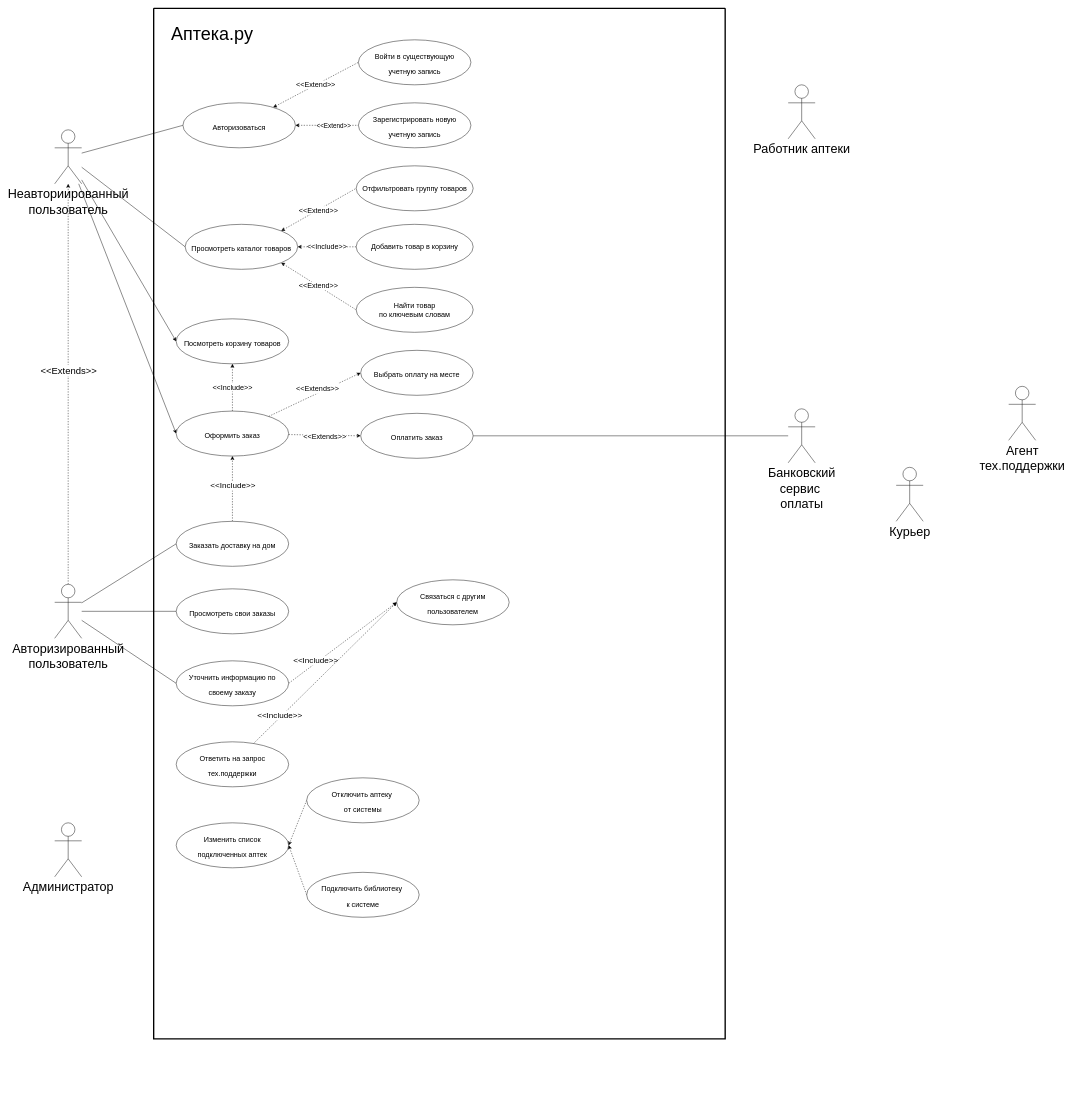
Before: documentation/1_aps.drawio in semwett0301/booking-java-back, a draw.io diagram. Source tidied: cells renumbered, new cells numbered last; positions are measured from the earlier drawing's top-left corner, leaving out a move shared by most shapes. Both pictures are drawn from the tidied source at 45%, with x=0, y=0 at pixel (54, 8).
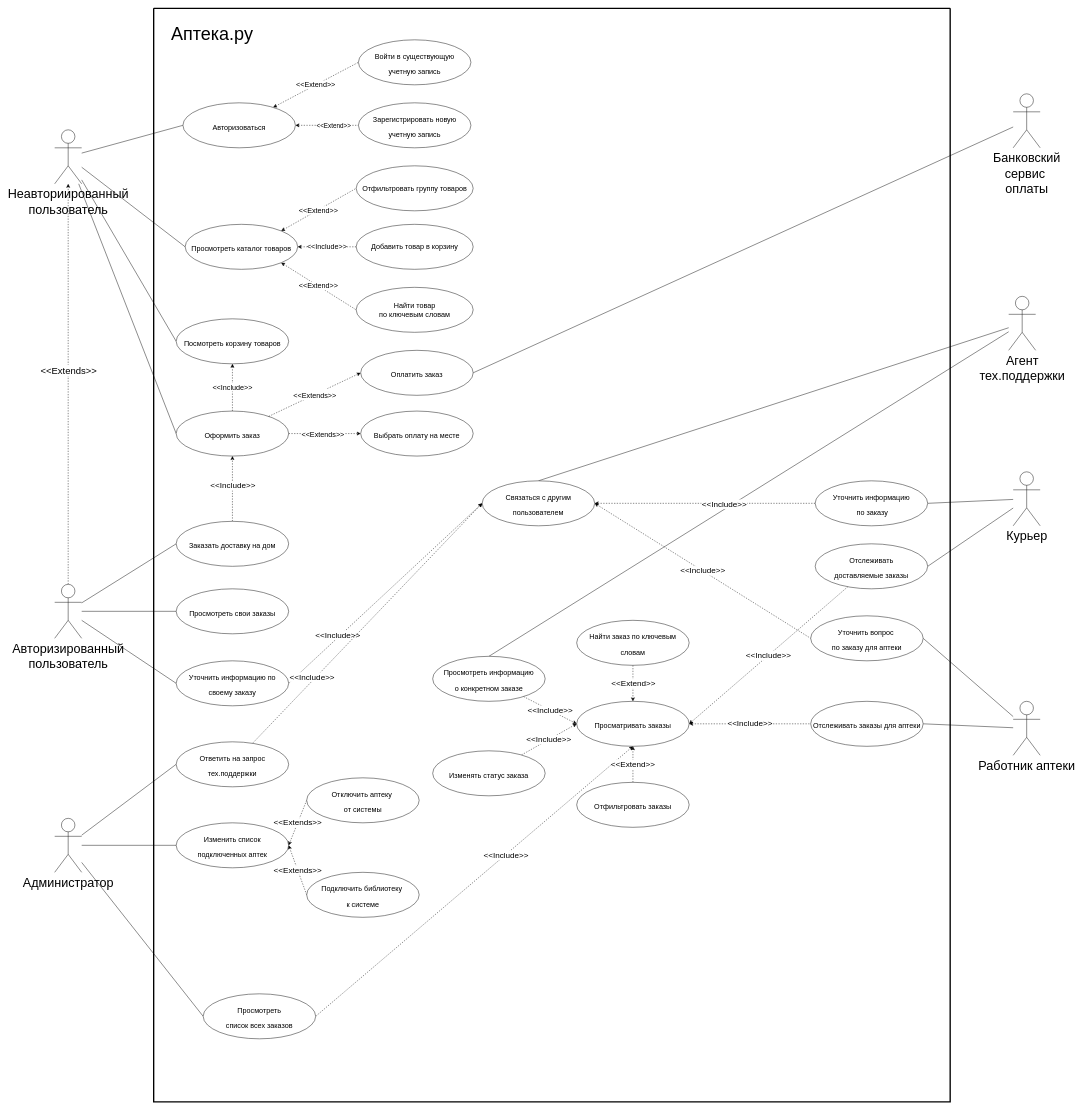
Above is the later version.

Unchanged cells that the change refers to:
```xml
<mxCell id="6" value="Неавториированный&lt;br&gt;пользователь" style="shape=umlActor;verticalLabelPosition=bottom;verticalAlign=top;html=1;outlineConnect=0;fontSize=28;" parent="1" vertex="1">
  <mxGeometry y="270" width="60" height="120" as="geometry" />
</mxCell>
<mxCell id="43" value="&lt;span style=&quot;font-size: 16px;&quot;&gt;Посмотреть корзину товаров&lt;/span&gt;" style="ellipse;whiteSpace=wrap;html=1;fontSize=28;" parent="33" vertex="1">
  <mxGeometry x="50" y="690" width="250" height="100" as="geometry" />
</mxCell>
<mxCell id="44" value="&lt;span style=&quot;font-size: 16px;&quot;&gt;Оформить заказ&lt;/span&gt;" style="ellipse;whiteSpace=wrap;html=1;fontSize=28;" parent="33" vertex="1">
  <mxGeometry x="50" y="895" width="250" height="100" as="geometry" />
</mxCell>
<mxCell id="51" value="&lt;span style=&quot;font-size: 16px;&quot;&gt;Ответить на запрос&lt;br&gt;тех.поддержки&lt;br&gt;&lt;/span&gt;" style="ellipse;whiteSpace=wrap;html=1;fontSize=28;" parent="33" vertex="1">
  <mxGeometry x="50" y="1630" width="250" height="100" as="geometry" />
</mxCell>
<mxCell id="52" value="&lt;span style=&quot;font-size: 16px;&quot;&gt;Изменить список&lt;br&gt;подключенных аптек&lt;br&gt;&lt;/span&gt;" style="ellipse;whiteSpace=wrap;html=1;fontSize=28;" parent="33" vertex="1">
  <mxGeometry x="50" y="1810" width="250" height="100" as="geometry" />
</mxCell>
<mxCell id="54" value="&lt;span style=&quot;font-size: 16px;&quot;&gt;Отключить аптеку&amp;nbsp;&lt;br&gt;от системы&lt;br&gt;&lt;/span&gt;" style="ellipse;whiteSpace=wrap;html=1;fontSize=28;" parent="33" vertex="1">
  <mxGeometry x="340" y="1710" width="250" height="100" as="geometry" />
</mxCell>
<mxCell id="56" value="&lt;span style=&quot;font-size: 16px;&quot;&gt;Подключить библиотеку&amp;nbsp;&lt;br&gt;к системе&lt;br&gt;&lt;/span&gt;" style="ellipse;whiteSpace=wrap;html=1;fontSize=28;" parent="33" vertex="1">
  <mxGeometry x="340" y="1920" width="250" height="100" as="geometry" />
</mxCell>
```

Diff of the diagram source:
```diff
@@
-    <mxCell id="3" style="edgeStyle=none;rounded=0;jettySize=auto;html=1;entryX=0;entryY=0.5;entryDx=0;entryDy=0;fontSize=16;startArrow=none;startFill=0;endArrow=classic;endFill=1;" parent="1" edge="1" source="6" target="44">
+    <mxCell id="3" style="edgeStyle=none;rounded=0;jettySize=auto;html=1;entryX=0;entryY=0.5;entryDx=0;entryDy=0;fontSize=16;startArrow=none;startFill=0;endArrow=none;endFill=0;" parent="1" edge="1" source="6" target="44">
       <mxGeometry relative="1" as="geometry" />
     </mxCell>
-    <mxCell id="4" style="edgeStyle=none;rounded=0;jettySize=auto;html=1;entryX=0;entryY=0.5;entryDx=0;entryDy=0;fontSize=16;startArrow=none;startFill=0;endArrow=classic;endFill=1;" parent="1" edge="1" source="6" target="43">
+    <mxCell id="4" style="edgeStyle=none;rounded=0;jettySize=auto;html=1;entryX=0;entryY=0.5;entryDx=0;entryDy=0;fontSize=16;startArrow=none;startFill=0;endArrow=none;endFill=0;" parent="1" edge="1" source="6" target="43">
       <mxGeometry relative="1" as="geometry" />
     </mxCell>
@@
+    <mxCell id="57" style="edgeStyle=none;rounded=0;jettySize=auto;html=1;entryX=0;entryY=0.5;entryDx=0;entryDy=0;fontSize=18;startArrow=none;startFill=0;endArrow=none;endFill=0;" parent="1" edge="1" source="13" target="51">
+      <mxGeometry relative="1" as="geometry" />
+    </mxCell>
+    <mxCell id="58" style="edgeStyle=none;rounded=0;jettySize=auto;html=1;entryX=0;entryY=0.5;entryDx=0;entryDy=0;fontSize=18;startArrow=none;startFill=0;endArrow=none;endFill=0;" parent="1" edge="1" source="13" target="52">
+      <mxGeometry relative="1" as="geometry" />
+    </mxCell>
+    <mxCell id="59" style="edgeStyle=none;rounded=0;jettySize=auto;html=1;entryX=0;entryY=0.5;entryDx=0;entryDy=0;fontSize=18;startArrow=none;startFill=0;endArrow=none;endFill=0;" parent="1" edge="1" source="13" target="69">
+      <mxGeometry relative="1" as="geometry" />
+    </mxCell>
     <mxCell id="13" value="Администратор" style="shape=umlActor;verticalLabelPosition=bottom;verticalAlign=top;html=1;outlineConnect=0;fontSize=28;" parent="1" vertex="1">
-      <mxGeometry y="1810" width="60" height="120" as="geometry" />
+      <mxGeometry y="1800" width="60" height="120" as="geometry" />
     </mxCell>
+    <mxCell id="60" style="edgeStyle=none;rounded=0;jettySize=auto;html=1;entryX=1;entryY=0.5;entryDx=0;entryDy=0;fontSize=18;startArrow=none;startFill=0;endArrow=none;endFill=0;" parent="1" edge="1" source="14" target="83">
+      <mxGeometry relative="1" as="geometry" />
+    </mxCell>
+    <mxCell id="61" style="edgeStyle=none;rounded=0;jettySize=auto;html=1;entryX=1;entryY=0.5;entryDx=0;entryDy=0;fontSize=18;startArrow=none;startFill=0;endArrow=none;endFill=0;" parent="1" edge="1" source="14" target="85">
+      <mxGeometry relative="1" as="geometry" />
+    </mxCell>
     <mxCell id="14" value="Курьер" style="shape=umlActor;verticalLabelPosition=bottom;verticalAlign=top;html=1;outlineConnect=0;fontSize=28;" parent="1" vertex="1">
-      <mxGeometry x="1870" y="1020" width="60" height="120" as="geometry" />
+      <mxGeometry x="2130" y="1030" width="60" height="120" as="geometry" />
     </mxCell>
+    <mxCell id="62" style="edgeStyle=none;rounded=0;jettySize=auto;html=1;entryX=0.5;entryY=0;entryDx=0;entryDy=0;fontSize=18;startArrow=none;startFill=0;endArrow=none;endFill=0;" parent="1" edge="1" source="15" target="87">
+      <mxGeometry relative="1" as="geometry" />
+    </mxCell>
+    <mxCell id="63" style="edgeStyle=none;rounded=0;jettySize=auto;html=1;entryX=0.5;entryY=0;entryDx=0;entryDy=0;fontSize=18;startArrow=none;startFill=0;endArrow=none;endFill=0;" parent="1" edge="1" source="15" target="36">
+      <mxGeometry relative="1" as="geometry" />
+    </mxCell>
     <mxCell id="15" value="Агент &lt;br&gt;тех.поддержки" style="shape=umlActor;verticalLabelPosition=bottom;verticalAlign=top;html=1;outlineConnect=0;fontSize=28;" parent="1" vertex="1">
-      <mxGeometry x="2120" y="840" width="60" height="120" as="geometry" />
+      <mxGeometry x="2120" y="640" width="60" height="120" as="geometry" />
     </mxCell>
+    <mxCell id="64" style="edgeStyle=none;rounded=0;jettySize=auto;html=1;entryX=1;entryY=0.5;entryDx=0;entryDy=0;fontSize=18;startArrow=none;startFill=0;endArrow=none;endFill=0;" parent="1" edge="1" source="16" target="70">
+      <mxGeometry relative="1" as="geometry" />
+    </mxCell>
+    <mxCell id="65" style="edgeStyle=none;rounded=0;jettySize=auto;html=1;entryX=1;entryY=0.5;entryDx=0;entryDy=0;fontSize=18;startArrow=none;startFill=0;endArrow=none;endFill=0;" parent="1" edge="1" source="16" target="80">
+      <mxGeometry relative="1" as="geometry" />
+    </mxCell>
     <mxCell id="16" value="Работник аптеки" style="shape=umlActor;verticalLabelPosition=bottom;verticalAlign=top;html=1;outlineConnect=0;fontSize=28;" parent="1" vertex="1">
-      <mxGeometry x="1630" y="170" width="60" height="120" as="geometry" />
+      <mxGeometry x="2130" y="1540" width="60" height="120" as="geometry" />
     </mxCell>
-    <mxCell id="17" style="edgeStyle=none;rounded=0;jettySize=auto;html=1;fontSize=16;startArrow=none;startFill=0;endArrow=none;endFill=0;" parent="1" edge="1" source="18" target="27">
+    <mxCell id="17" style="edgeStyle=none;rounded=0;jettySize=auto;html=1;fontSize=16;startArrow=none;startFill=0;endArrow=none;endFill=0;entryX=1;entryY=0.5;entryDx=0;entryDy=0;" parent="1" edge="1" source="18" target="27">
       <mxGeometry relative="1" as="geometry" />
     </mxCell>
-    <mxCell id="18" value="Банковский&lt;br&gt;сервис&amp;nbsp;&lt;br&gt;оплаты" style="shape=umlActor;verticalLabelPosition=bottom;verticalAlign=top;html=1;outlineConnect=0;fontSize=28;" parent="1" vertex="1">
-      <mxGeometry x="1630" y="890" width="60" height="120" as="geometry" />
-    </mxCell>
@@
-    <mxCell id="22" style="edgeStyle=none;rounded=0;jettySize=auto;html=1;entryX=0;entryY=0.5;entryDx=0;entryDy=0;dashed=1;fontSize=21;startArrow=none;startFill=0;endArrow=classic;endFill=1;" parent="1" edge="1" source="44" target="28">
-      <mxGeometry relative="1" as="geometry" />
-    </mxCell>
-    <mxCell id="23" value="&lt;font style=&quot;font-size: 16px;&quot;&gt;&amp;lt;&amp;lt;Extends&amp;gt;&amp;gt;&lt;/font&gt;" style="edgeLabel;html=1;align=center;verticalAlign=middle;fontSize=21;" parent="22" vertex="1">
-      <mxGeometry x="0.29" y="-9" relative="1" as="geometry">
-        <mxPoint x="-28" y="-9" as="offset" />
-      </mxGeometry>
-    </mxCell>
-    <mxCell id="24" value="&lt;font style=&quot;font-size: 16px;&quot;&gt;&amp;lt;&amp;lt;Extends&amp;gt;&amp;gt;&lt;/font&gt;" style="edgeStyle=none;rounded=0;jettySize=auto;html=1;entryX=0;entryY=0.5;entryDx=0;entryDy=0;dashed=1;fontSize=21;startArrow=none;startFill=0;endArrow=classic;endFill=1;" parent="1" edge="1" source="44" target="27">
-      <mxGeometry relative="1" as="geometry" />
-    </mxCell>
@@
-    <mxCell id="27" value="&lt;span style=&quot;font-size: 16px;&quot;&gt;Оплатить заказ&lt;/span&gt;" style="ellipse;whiteSpace=wrap;html=1;fontSize=28;" parent="1" vertex="1">
-      <mxGeometry x="680" y="900" width="250" height="100" as="geometry" />
-    </mxCell>
-    <mxCell id="28" value="&lt;span style=&quot;font-size: 16px;&quot;&gt;Выбрать оплату на месте&lt;/span&gt;" style="ellipse;whiteSpace=wrap;html=1;fontSize=28;" parent="1" vertex="1">
-      <mxGeometry x="680" y="760" width="250" height="100" as="geometry" />
-    </mxCell>
@@
     <mxCell id="33" style="swimlane;startSize=0;fontSize=11;strokeWidth=3;" parent="1" vertex="1">
-      <mxGeometry x="220" width="1270" height="2290" as="geometry" />
+      <mxGeometry x="220" width="1770" height="2430" as="geometry" />
     </mxCell>
@@
+    <mxCell id="66" value="&amp;lt;&amp;lt;Include&amp;gt;&amp;gt;" style="edgeStyle=none;rounded=0;jettySize=auto;html=1;entryX=0;entryY=0.5;entryDx=0;entryDy=0;dashed=1;fontSize=18;startArrow=classic;startFill=1;endArrow=none;endFill=0;exitX=1;exitY=0.5;exitDx=0;exitDy=0;" parent="33" edge="1" source="36" target="80">
+      <mxGeometry relative="1" as="geometry" />
+    </mxCell>
     <mxCell id="36" value="&lt;span style=&quot;font-size: 16px;&quot;&gt;Связаться с другим пользователем&lt;/span&gt;" style="ellipse;whiteSpace=wrap;html=1;fontSize=28;" parent="33" vertex="1">
-      <mxGeometry x="540" y="1270" width="250" height="100" as="geometry" />
+      <mxGeometry x="730" y="1050" width="250" height="100" as="geometry" />
     </mxCell>
@@
-    <mxCell id="53" style="edgeStyle=none;rounded=0;jettySize=auto;html=1;entryX=1;entryY=0.5;entryDx=0;entryDy=0;dashed=1;fontSize=18;startArrow=none;startFill=0;endArrow=classic;endFill=1;exitX=0;exitY=0.5;exitDx=0;exitDy=0;" parent="33" edge="1" source="54" target="52">
+    <mxCell id="53" value="&amp;lt;&amp;lt;Extends&amp;gt;&amp;gt;" style="edgeStyle=none;rounded=0;jettySize=auto;html=1;entryX=1;entryY=0.5;entryDx=0;entryDy=0;dashed=1;fontSize=18;startArrow=none;startFill=0;endArrow=classic;endFill=1;exitX=0;exitY=0.5;exitDx=0;exitDy=0;" parent="33" edge="1" source="54" target="52">
       <mxGeometry relative="1" as="geometry" />
     </mxCell>
@@
-    <mxCell id="55" style="edgeStyle=none;rounded=0;jettySize=auto;html=1;entryX=1;entryY=0.5;entryDx=0;entryDy=0;dashed=1;fontSize=18;startArrow=none;startFill=0;endArrow=classic;endFill=1;exitX=0;exitY=0.5;exitDx=0;exitDy=0;" parent="33" edge="1" source="56" target="52">
+    <mxCell id="55" value="&amp;lt;&amp;lt;Extends&amp;gt;&amp;gt;" style="edgeStyle=none;rounded=0;jettySize=auto;html=1;entryX=1;entryY=0.5;entryDx=0;entryDy=0;dashed=1;fontSize=18;startArrow=none;startFill=0;endArrow=classic;endFill=1;exitX=0;exitY=0.5;exitDx=0;exitDy=0;" parent="33" edge="1" source="56" target="52">
       <mxGeometry relative="1" as="geometry" />
     </mxCell>
@@
+    <mxCell id="67" style="edgeStyle=none;rounded=0;jettySize=auto;html=1;dashed=1;fontSize=18;startArrow=none;startFill=0;endArrow=classic;endFill=1;exitX=1;exitY=0.5;exitDx=0;exitDy=0;entryX=0.5;entryY=1;entryDx=0;entryDy=0;" parent="33" edge="1" source="69" target="72">
+      <mxGeometry relative="1" as="geometry" />
+    </mxCell>
+    <mxCell id="68" value="&amp;lt;&amp;lt;Include&amp;gt;&amp;gt;" style="edgeLabel;html=1;align=center;verticalAlign=middle;fontSize=18;" parent="67" vertex="1">
+      <mxGeometry x="0.29" y="3" relative="1" as="geometry">
+        <mxPoint x="-30" y="31" as="offset" />
+      </mxGeometry>
+    </mxCell>
+    <mxCell id="69" value="&lt;span style=&quot;font-size: 16px;&quot;&gt;Просмотреть&lt;br&gt;список всех заказов&lt;br&gt;&lt;/span&gt;" style="ellipse;whiteSpace=wrap;html=1;fontSize=28;" parent="33" vertex="1">
+      <mxGeometry x="110" y="2190" width="250" height="100" as="geometry" />
+    </mxCell>
+    <mxCell id="70" value="&lt;span style=&quot;font-size: 16px;&quot;&gt;Отслеживать заказы для аптеки&lt;br&gt;&lt;/span&gt;" style="ellipse;whiteSpace=wrap;html=1;fontSize=28;" parent="33" vertex="1">
+      <mxGeometry x="1460" y="1540" width="250" height="100" as="geometry" />
+    </mxCell>
+    <mxCell id="71" value="&amp;lt;&amp;lt;Include&amp;gt;&amp;gt;" style="edgeStyle=none;rounded=0;jettySize=auto;html=1;dashed=1;fontSize=18;startArrow=classic;startFill=1;endArrow=none;endFill=0;exitX=1;exitY=0.5;exitDx=0;exitDy=0;" parent="33" edge="1" source="72" target="70">
+      <mxGeometry relative="1" as="geometry" />
+    </mxCell>
+    <mxCell id="72" value="&lt;span style=&quot;font-size: 16px;&quot;&gt;Просматривать заказы&lt;br&gt;&lt;/span&gt;" style="ellipse;whiteSpace=wrap;html=1;fontSize=28;" parent="33" vertex="1">
+      <mxGeometry x="940" y="1540" width="250" height="100" as="geometry" />
+    </mxCell>
+    <mxCell id="73" style="edgeStyle=none;rounded=0;jettySize=auto;html=1;entryX=0.5;entryY=0;entryDx=0;entryDy=0;dashed=1;fontSize=18;startArrow=none;startFill=0;endArrow=classic;endFill=1;" parent="33" edge="1" source="75" target="72">
+      <mxGeometry relative="1" as="geometry" />
+    </mxCell>
+    <mxCell id="74" value="&amp;lt;&amp;lt;Extend&amp;gt;&amp;gt;" style="edgeLabel;html=1;align=center;verticalAlign=middle;fontSize=18;" parent="73" vertex="1">
+      <mxGeometry x="-0.4" y="-1" relative="1" as="geometry">
+        <mxPoint x="1" y="16" as="offset" />
+      </mxGeometry>
+    </mxCell>
+    <mxCell id="75" value="&lt;span style=&quot;font-size: 16px;&quot;&gt;Найти заказ по ключевым словам&lt;br&gt;&lt;/span&gt;" style="ellipse;whiteSpace=wrap;html=1;fontSize=28;" parent="33" vertex="1">
+      <mxGeometry x="940" y="1360" width="250" height="100" as="geometry" />
+    </mxCell>
+    <mxCell id="76" value="&amp;lt;&amp;lt;Extend&amp;gt;&amp;gt;" style="edgeStyle=none;rounded=0;jettySize=auto;html=1;entryX=0.5;entryY=1;entryDx=0;entryDy=0;dashed=1;fontSize=18;startArrow=none;startFill=0;endArrow=classic;endFill=1;" parent="33" edge="1" source="77" target="72">
+      <mxGeometry relative="1" as="geometry" />
+    </mxCell>
+    <mxCell id="77" value="&lt;span style=&quot;font-size: 16px;&quot;&gt;Отфильтровать заказы&lt;br&gt;&lt;/span&gt;" style="ellipse;whiteSpace=wrap;html=1;fontSize=28;" parent="33" vertex="1">
+      <mxGeometry x="940" y="1720" width="250" height="100" as="geometry" />
+    </mxCell>
+    <mxCell id="78" value="&amp;lt;&amp;lt;Include&amp;gt;&amp;gt;" style="edgeStyle=none;rounded=0;jettySize=auto;html=1;entryX=0;entryY=0.5;entryDx=0;entryDy=0;fontSize=18;startArrow=none;startFill=0;endArrow=classic;endFill=1;dashed=1;" parent="33" edge="1" source="79" target="72">
+      <mxGeometry relative="1" as="geometry" />
+    </mxCell>
+    <mxCell id="79" value="&lt;span style=&quot;font-size: 16px;&quot;&gt;Изменять статус заказа&lt;br&gt;&lt;/span&gt;" style="ellipse;whiteSpace=wrap;html=1;fontSize=28;" parent="33" vertex="1">
+      <mxGeometry x="620" y="1650" width="250" height="100" as="geometry" />
+    </mxCell>
+    <mxCell id="80" value="&lt;span style=&quot;font-size: 16px;&quot;&gt;Уточнить вопрос&amp;nbsp;&lt;br&gt;по заказу для аптеки&lt;br&gt;&lt;/span&gt;" style="ellipse;whiteSpace=wrap;html=1;fontSize=28;" parent="33" vertex="1">
+      <mxGeometry x="1460" y="1350" width="250" height="100" as="geometry" />
+    </mxCell>
+    <mxCell id="81" style="edgeStyle=none;rounded=0;jettySize=auto;html=1;dashed=1;fontSize=18;startArrow=none;startFill=0;endArrow=classic;endFill=1;" parent="33" edge="1" source="83" target="36">
+      <mxGeometry relative="1" as="geometry" />
+    </mxCell>
+    <mxCell id="82" value="&amp;lt;&amp;lt;Include&amp;gt;&amp;gt;" style="edgeLabel;html=1;align=center;verticalAlign=middle;fontSize=18;" parent="81" vertex="1">
+      <mxGeometry x="-0.17" y="1" relative="1" as="geometry" />
+    </mxCell>
+    <mxCell id="83" value="&lt;span style=&quot;font-size: 16px;&quot;&gt;Уточнить информацию&lt;br&gt;&amp;nbsp;по заказу&lt;br&gt;&lt;/span&gt;" style="ellipse;whiteSpace=wrap;html=1;fontSize=28;" parent="33" vertex="1">
+      <mxGeometry x="1470" y="1050" width="250" height="100" as="geometry" />
+    </mxCell>
+    <mxCell id="84" value="&amp;lt;&amp;lt;Include&amp;gt;&amp;gt;" style="edgeStyle=none;rounded=0;jettySize=auto;html=1;entryX=1;entryY=0.5;entryDx=0;entryDy=0;fontSize=18;startArrow=none;startFill=0;endArrow=classic;endFill=1;dashed=1;" parent="33" edge="1" source="85" target="72">
+      <mxGeometry relative="1" as="geometry" />
+    </mxCell>
+    <mxCell id="85" value="&lt;span style=&quot;font-size: 16px;&quot;&gt;Отслеживать&lt;br&gt;доставляемые заказы&lt;br&gt;&lt;/span&gt;" style="ellipse;whiteSpace=wrap;html=1;fontSize=28;" parent="33" vertex="1">
+      <mxGeometry x="1470" y="1190" width="250" height="100" as="geometry" />
+    </mxCell>
+    <mxCell id="27" value="&lt;span style=&quot;font-size: 16px;&quot;&gt;Оплатить заказ&lt;/span&gt;" style="ellipse;whiteSpace=wrap;html=1;fontSize=28;" parent="33" vertex="1">
+      <mxGeometry x="460" y="760" width="250" height="100" as="geometry" />
+    </mxCell>
+    <mxCell id="24" value="&lt;font style=&quot;font-size: 16px;&quot;&gt;&amp;lt;&amp;lt;Extends&amp;gt;&amp;gt;&lt;/font&gt;" style="edgeStyle=none;rounded=0;jettySize=auto;html=1;entryX=0;entryY=0.5;entryDx=0;entryDy=0;dashed=1;fontSize=21;startArrow=none;startFill=0;endArrow=classic;endFill=1;" parent="33" edge="1" source="44" target="27">
+      <mxGeometry relative="1" as="geometry" />
+    </mxCell>
+    <mxCell id="28" value="&lt;span style=&quot;font-size: 16px;&quot;&gt;Выбрать оплату на месте&lt;/span&gt;" style="ellipse;whiteSpace=wrap;html=1;fontSize=28;" parent="33" vertex="1">
+      <mxGeometry x="460" y="895" width="250" height="100" as="geometry" />
+    </mxCell>
+    <mxCell id="22" style="edgeStyle=none;rounded=0;jettySize=auto;html=1;entryX=0;entryY=0.5;entryDx=0;entryDy=0;dashed=1;fontSize=21;startArrow=none;startFill=0;endArrow=classic;endFill=1;" parent="33" edge="1" source="44" target="28">
+      <mxGeometry relative="1" as="geometry" />
+    </mxCell>
+    <mxCell id="23" value="&lt;font style=&quot;font-size: 16px;&quot;&gt;&amp;lt;&amp;lt;Extends&amp;gt;&amp;gt;&lt;/font&gt;" style="edgeLabel;html=1;align=center;verticalAlign=middle;fontSize=21;" parent="22" vertex="1">
+      <mxGeometry x="0.29" y="-9" relative="1" as="geometry">
+        <mxPoint x="-28" y="-9" as="offset" />
+      </mxGeometry>
+    </mxCell>
+    <mxCell id="86" value="&amp;lt;&amp;lt;Include&amp;gt;&amp;gt;" style="edgeStyle=none;rounded=0;jettySize=auto;html=1;entryX=0;entryY=0.5;entryDx=0;entryDy=0;dashed=1;fontSize=18;startArrow=none;startFill=0;endArrow=classic;endFill=1;" parent="33" edge="1" source="87" target="72">
+      <mxGeometry relative="1" as="geometry" />
+    </mxCell>
+    <mxCell id="87" value="&lt;span style=&quot;font-size: 16px;&quot;&gt;Просмотреть информацию&lt;br&gt;о конкретном заказе&lt;br&gt;&lt;/span&gt;" style="ellipse;whiteSpace=wrap;html=1;fontSize=28;" parent="33" vertex="1">
+      <mxGeometry x="620" y="1440" width="250" height="100" as="geometry" />
+    </mxCell>
+    <mxCell id="18" value="Банковский&lt;br&gt;сервис&amp;nbsp;&lt;br&gt;оплаты" style="shape=umlActor;verticalLabelPosition=bottom;verticalAlign=top;html=1;outlineConnect=0;fontSize=28;" parent="1" vertex="1">
+      <mxGeometry x="2130" y="190" width="60" height="120" as="geometry" />
+    </mxCell>
```
